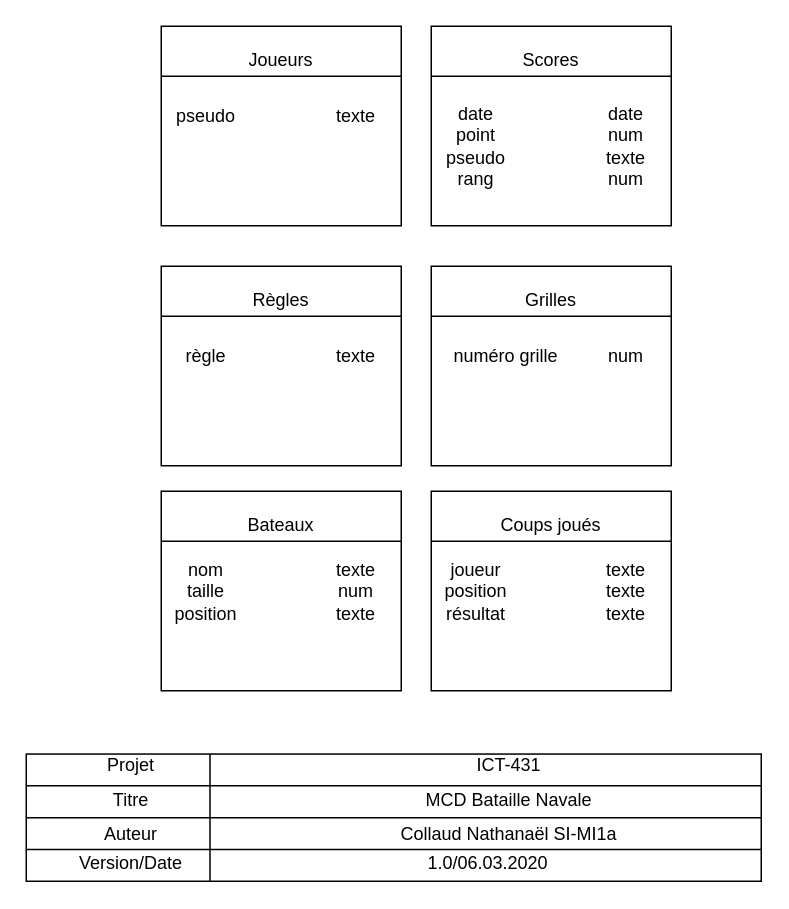
Before: MCD-BN.drawio in NathanaelCollaud/Bataille-Navale, a draw.io diagram. Source tidied: cells renumbered, new cells numbered last; positions are measured from the earlier drawing's top-left corner, leaving out a move shared by most shapes. Both pictures are drawn from the tidied source at 150%, with x=0, y=0 at pixel (26, 26).
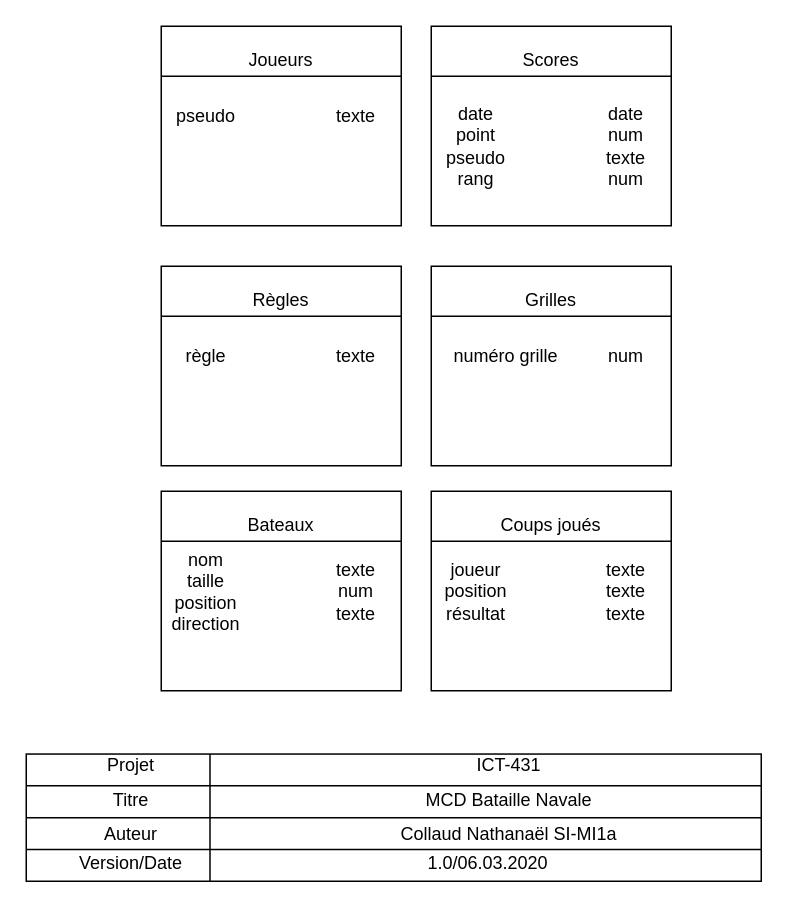
After the change.

Commit message (it also covers changes not shown here):
dernière modification d u MCD

The edit, as a diff of the source:
```diff
@@
-    <mxCell id="39" value="nom&lt;br&gt;taille&lt;br&gt;position" style="text;html=1;strokeColor=none;fillColor=none;align=center;verticalAlign=middle;whiteSpace=wrap;rounded=0;" parent="1" vertex="1">
+    <mxCell id="39" value="nom&lt;br&gt;taille&lt;br&gt;position&lt;br&gt;direction" style="text;html=1;strokeColor=none;fillColor=none;align=center;verticalAlign=middle;whiteSpace=wrap;rounded=0;" parent="1" vertex="1">
       <mxGeometry x="100" y="366.5" width="40" height="20" as="geometry" />
     </mxCell>
```
